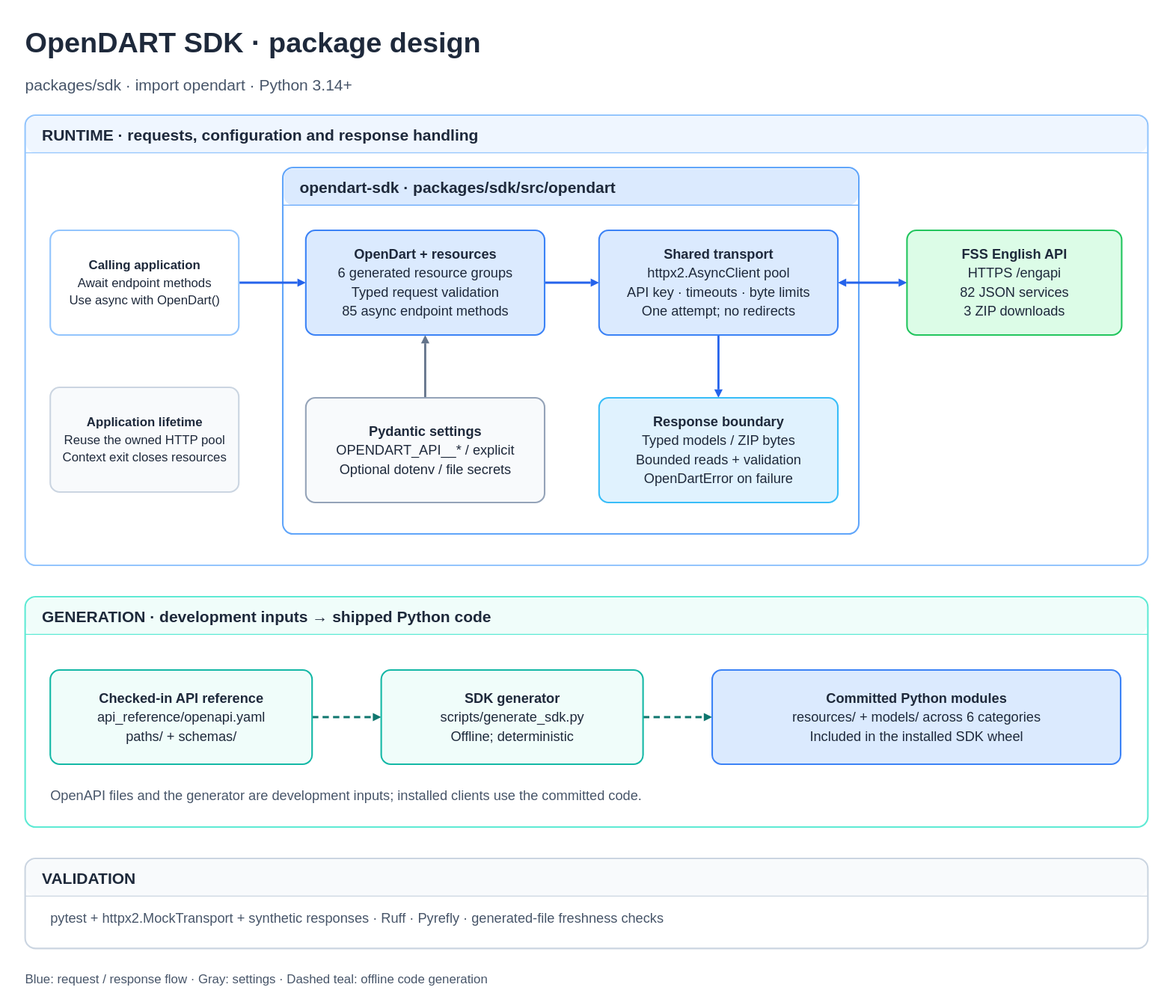
Before: packages/sdk/docs/architecture.svg, a diagram exported from draw.io (orestxherija/opendart). Source tidied: cells renumbered, new cells last; positions are measured from the earlier drawing's top-left corner, leaving out a move shared by most shapes. Source of this version:
```xml
<mxGraphModel background="#ffffff">
  <root>
    <mxCell id="0" />
    <mxCell id="1" parent="0" />
    <mxCell id="2" value="OpenDART SDK · package design" style="rounded=1;whiteSpace=wrap;html=1;fontFamily=Arial;fontSize=27;fontColor=#1e293b;strokeWidth=1.5;spacing=12;fillColor=#ffffff;strokeColor=#cbd5e1;fillColor=none;strokeColor=none;align=left;spacing=0;fontStyle=1;" parent="1" vertex="1">
      <mxGeometry width="1072" height="38" as="geometry" />
    </mxCell>
    <mxCell id="3" value="packages/sdk · import opendart · Python 3.14+" style="rounded=1;whiteSpace=wrap;html=1;fontFamily=Arial;fontSize=15;fontColor=#1e293b;strokeWidth=1.5;spacing=12;fillColor=#ffffff;strokeColor=#cbd5e1;fillColor=none;strokeColor=none;align=left;spacing=0;" parent="1" vertex="1">
      <mxGeometry y="46" width="1072" height="26" as="geometry" />
    </mxCell>
    <mxCell id="4" value="RUNTIME · requests, configuration and response handling" style="rounded=1;whiteSpace=wrap;html=1;fontFamily=Arial;fontSize=15;fontColor=#1e293b;strokeWidth=1.5;spacing=12;fillColor=#eff6ff;strokeColor=#93c5fd;shape=swimlane;startSize=36;horizontal=1;align=left;spacingLeft=16;fontStyle=1;swimlaneFillColor=#ffffff;" parent="1" vertex="1">
      <mxGeometry y="88" width="1072" height="430" as="geometry" />
    </mxCell>
    <mxCell id="5" value="opendart-sdk · packages/sdk/src/opendart" style="rounded=1;whiteSpace=wrap;html=1;fontFamily=Arial;fontSize=15;fontColor=#1e293b;strokeWidth=1.5;spacing=12;fillColor=#dbeafe;strokeColor=#60a5fa;shape=swimlane;startSize=36;horizontal=1;align=left;spacingLeft=16;fontStyle=1;swimlaneFillColor=#ffffff;" parent="4" vertex="1">
      <mxGeometry x="246" y="50" width="550" height="350" as="geometry" />
    </mxCell>
    <mxCell id="6" value="&lt;b&gt;Calling application&lt;/b&gt;&lt;br&gt;Await endpoint methods&lt;br&gt;Use async with OpenDart()" style="rounded=1;whiteSpace=wrap;html=1;fontFamily=Arial;fontSize=12;fontColor=#1e293b;strokeWidth=1.5;spacing=12;fillColor=#ffffff;strokeColor=#93c5fd;" parent="4" vertex="1">
      <mxGeometry x="24" y="110" width="180" height="100" as="geometry" />
    </mxCell>
    <mxCell id="7" value="&lt;b&gt;OpenDart + resources&lt;/b&gt;&lt;br&gt;6 generated resource groups&lt;br&gt;Typed request validation&lt;br&gt;85 async endpoint methods" style="rounded=1;whiteSpace=wrap;html=1;fontFamily=Arial;fontSize=13;fontColor=#1e293b;strokeWidth=1.5;spacing=12;fillColor=#dbeafe;strokeColor=#3b82f6;" parent="5" vertex="1">
      <mxGeometry x="22" y="60" width="228" height="100" as="geometry" />
    </mxCell>
    <mxCell id="8" value="&lt;b&gt;Shared transport&lt;/b&gt;&lt;br&gt;httpx2.AsyncClient pool&lt;br&gt;API key · timeouts · byte limits&lt;br&gt;One attempt; no redirects" style="rounded=1;whiteSpace=wrap;html=1;fontFamily=Arial;fontSize=13;fontColor=#1e293b;strokeWidth=1.5;spacing=12;fillColor=#dbeafe;strokeColor=#3b82f6;" parent="5" vertex="1">
      <mxGeometry x="302" y="60" width="228" height="100" as="geometry" />
    </mxCell>
    <mxCell id="9" value="&lt;b&gt;FSS English API&lt;/b&gt;&lt;br&gt;HTTPS /engapi&lt;br&gt;82 JSON services&lt;br&gt;3 ZIP downloads" style="rounded=1;whiteSpace=wrap;html=1;fontFamily=Arial;fontSize=13;fontColor=#1e293b;strokeWidth=1.5;spacing=12;fillColor=#dcfce7;strokeColor=#22c55e;" parent="4" vertex="1">
      <mxGeometry x="842" y="110" width="205" height="100" as="geometry" />
    </mxCell>
    <mxCell id="10" value="&lt;b&gt;Pydantic settings&lt;/b&gt;&lt;br&gt;OPENDART_API__* / explicit&lt;br&gt;Optional dotenv / file secrets" style="rounded=1;whiteSpace=wrap;html=1;fontFamily=Arial;fontSize=13;fontColor=#1e293b;strokeWidth=1.5;spacing=12;fillColor=#f8fafc;strokeColor=#94a3b8;" parent="5" vertex="1">
      <mxGeometry x="22" y="220" width="228" height="100" as="geometry" />
    </mxCell>
    <mxCell id="11" value="&lt;b&gt;Response boundary&lt;/b&gt;&lt;br&gt;Typed models / ZIP bytes&lt;br&gt;Bounded reads + validation&lt;br&gt;OpenDartError on failure" style="rounded=1;whiteSpace=wrap;html=1;fontFamily=Arial;fontSize=13;fontColor=#1e293b;strokeWidth=1.5;spacing=12;fillColor=#e0f2fe;strokeColor=#38bdf8;" parent="5" vertex="1">
      <mxGeometry x="302" y="220" width="228" height="100" as="geometry" />
    </mxCell>
    <mxCell id="12" value="&lt;b&gt;Application lifetime&lt;/b&gt;&lt;br&gt;Reuse the owned HTTP pool&lt;br&gt;Context exit closes resources" style="rounded=1;whiteSpace=wrap;html=1;fontFamily=Arial;fontSize=12;fontColor=#1e293b;strokeWidth=1.5;spacing=12;fillColor=#f8fafc;strokeColor=#cbd5e1;" parent="4" vertex="1">
      <mxGeometry x="24" y="260" width="180" height="100" as="geometry" />
    </mxCell>
    <mxCell id="13" value="GENERATION · development inputs → shipped Python code" style="rounded=1;whiteSpace=wrap;html=1;fontFamily=Arial;fontSize=15;fontColor=#1e293b;strokeWidth=1.5;spacing=12;fillColor=#f0fdfa;strokeColor=#5eead4;shape=swimlane;startSize=36;horizontal=1;align=left;spacingLeft=16;fontStyle=1;swimlaneFillColor=#ffffff;" parent="1" vertex="1">
      <mxGeometry y="548" width="1072" height="220" as="geometry" />
    </mxCell>
    <mxCell id="14" value="&lt;b&gt;Checked-in API reference&lt;/b&gt;&lt;br&gt;api_reference/openapi.yaml&lt;br&gt;paths/ + schemas/" style="rounded=1;whiteSpace=wrap;html=1;fontFamily=Arial;fontSize=13;fontColor=#1e293b;strokeWidth=1.5;spacing=12;fillColor=#f0fdfa;strokeColor=#14b8a6;" parent="13" vertex="1">
      <mxGeometry x="24" y="70" width="250" height="90" as="geometry" />
    </mxCell>
    <mxCell id="15" value="&lt;b&gt;SDK generator&lt;/b&gt;&lt;br&gt;scripts/generate_sdk.py&lt;br&gt;Offline; deterministic" style="rounded=1;whiteSpace=wrap;html=1;fontFamily=Arial;fontSize=13;fontColor=#1e293b;strokeWidth=1.5;spacing=12;fillColor=#f0fdfa;strokeColor=#14b8a6;" parent="13" vertex="1">
      <mxGeometry x="340" y="70" width="250" height="90" as="geometry" />
    </mxCell>
    <mxCell id="16" value="&lt;b&gt;Committed Python modules&lt;/b&gt;&lt;br&gt;resources/ + models/ across 6 categories&lt;br&gt;Included in the installed SDK wheel" style="rounded=1;whiteSpace=wrap;html=1;fontFamily=Arial;fontSize=13;fontColor=#1e293b;strokeWidth=1.5;spacing=12;fillColor=#dbeafe;strokeColor=#3b82f6;" parent="13" vertex="1">
      <mxGeometry x="656" y="70" width="390" height="90" as="geometry" />
    </mxCell>
    <mxCell id="17" value="OpenAPI files and the generator are development inputs; installed clients use the committed code." style="rounded=1;whiteSpace=wrap;html=1;fontFamily=Arial;fontSize=13;fontColor=#1e293b;strokeWidth=1.5;spacing=12;fillColor=#ffffff;strokeColor=#cbd5e1;fillColor=none;strokeColor=none;align=left;spacing=0;" parent="13" vertex="1">
      <mxGeometry x="24" y="178" width="1024" height="24" as="geometry" />
    </mxCell>
    <mxCell id="18" value="VALIDATION" style="rounded=1;whiteSpace=wrap;html=1;fontFamily=Arial;fontSize=15;fontColor=#1e293b;strokeWidth=1.5;spacing=12;fillColor=#f8fafc;strokeColor=#cbd5e1;shape=swimlane;startSize=36;horizontal=1;align=left;spacingLeft=16;fontStyle=1;swimlaneFillColor=#ffffff;" parent="1" vertex="1">
      <mxGeometry y="798" width="1072" height="86" as="geometry" />
    </mxCell>
    <mxCell id="19" value="pytest + httpx2.MockTransport + synthetic responses · Ruff · Pyrefly · generated-file freshness checks" style="rounded=1;whiteSpace=wrap;html=1;fontFamily=Arial;fontSize=13;fontColor=#1e293b;strokeWidth=1.5;spacing=12;fillColor=#ffffff;strokeColor=#cbd5e1;fillColor=none;strokeColor=none;align=left;spacing=0;" parent="18" vertex="1">
      <mxGeometry x="24" y="45" width="1024" height="24" as="geometry" />
    </mxCell>
    <mxCell id="20" value="Blue: request / response flow · Gray: settings · Dashed teal: offline code generation" style="rounded=1;whiteSpace=wrap;html=1;fontFamily=Arial;fontSize=12;fontColor=#1e293b;strokeWidth=1.5;spacing=12;fillColor=#ffffff;strokeColor=#cbd5e1;fillColor=none;strokeColor=none;align=left;spacing=0;" parent="1" vertex="1">
      <mxGeometry y="902" width="1072" height="22" as="geometry" />
    </mxCell>
    <mxCell id="21" style="edgeStyle=orthogonalEdgeStyle;rounded=1;html=1;strokeWidth=2;strokeColor=#2563eb;endArrow=block;endFill=1;exitX=1;exitY=0.5;entryX=0;entryY=0.5;exitPerimeter=0;entryPerimeter=0;defaultLabelBackgroundColor=gap;" parent="4" edge="1" source="6" target="7">
      <mxGeometry relative="1" as="geometry" />
    </mxCell>
    <mxCell id="22" style="edgeStyle=orthogonalEdgeStyle;rounded=1;html=1;strokeWidth=2;strokeColor=#2563eb;endArrow=block;endFill=1;exitX=1;exitY=0.5;entryX=0;entryY=0.5;exitPerimeter=0;entryPerimeter=0;defaultLabelBackgroundColor=gap;" parent="5" edge="1" source="7" target="8">
      <mxGeometry relative="1" as="geometry" />
    </mxCell>
    <mxCell id="23" style="edgeStyle=orthogonalEdgeStyle;rounded=1;html=1;strokeWidth=2;strokeColor=#2563eb;endArrow=block;endFill=1;exitX=1;exitY=0.5;entryX=0;entryY=0.5;exitPerimeter=0;entryPerimeter=0;defaultLabelBackgroundColor=gap;startArrow=block;startFill=1;" parent="4" edge="1" source="8" target="9">
      <mxGeometry relative="1" as="geometry" />
    </mxCell>
    <mxCell id="24" style="edgeStyle=orthogonalEdgeStyle;rounded=1;html=1;strokeWidth=2;strokeColor=#2563eb;endArrow=block;endFill=1;exitX=0.5;exitY=1;entryX=0.5;entryY=0;exitPerimeter=0;entryPerimeter=0;defaultLabelBackgroundColor=gap;" parent="5" edge="1" source="8" target="11">
      <mxGeometry relative="1" as="geometry" />
    </mxCell>
    <mxCell id="25" style="edgeStyle=orthogonalEdgeStyle;rounded=1;html=1;strokeWidth=2;strokeColor=#64748b;endArrow=block;endFill=1;exitX=0.5;exitY=0;entryX=0.5;entryY=1;exitPerimeter=0;entryPerimeter=0;defaultLabelBackgroundColor=gap;" parent="5" edge="1" source="10" target="7">
      <mxGeometry relative="1" as="geometry" />
    </mxCell>
    <mxCell id="26" style="edgeStyle=orthogonalEdgeStyle;rounded=1;html=1;strokeWidth=2;strokeColor=#0f766e;endArrow=block;endFill=1;exitX=1;exitY=0.5;entryX=0;entryY=0.5;exitPerimeter=0;entryPerimeter=0;defaultLabelBackgroundColor=gap;dashed=1;dashPattern=6 4;" parent="13" edge="1" source="14" target="15">
      <mxGeometry relative="1" as="geometry" />
    </mxCell>
    <mxCell id="27" style="edgeStyle=orthogonalEdgeStyle;rounded=1;html=1;strokeWidth=2;strokeColor=#0f766e;endArrow=block;endFill=1;exitX=1;exitY=0.5;entryX=0;entryY=0.5;exitPerimeter=0;entryPerimeter=0;defaultLabelBackgroundColor=gap;dashed=1;dashPattern=6 4;" parent="13" edge="1" source="15" target="16">
      <mxGeometry relative="1" as="geometry" />
    </mxCell>
  </root>
</mxGraphModel>
```
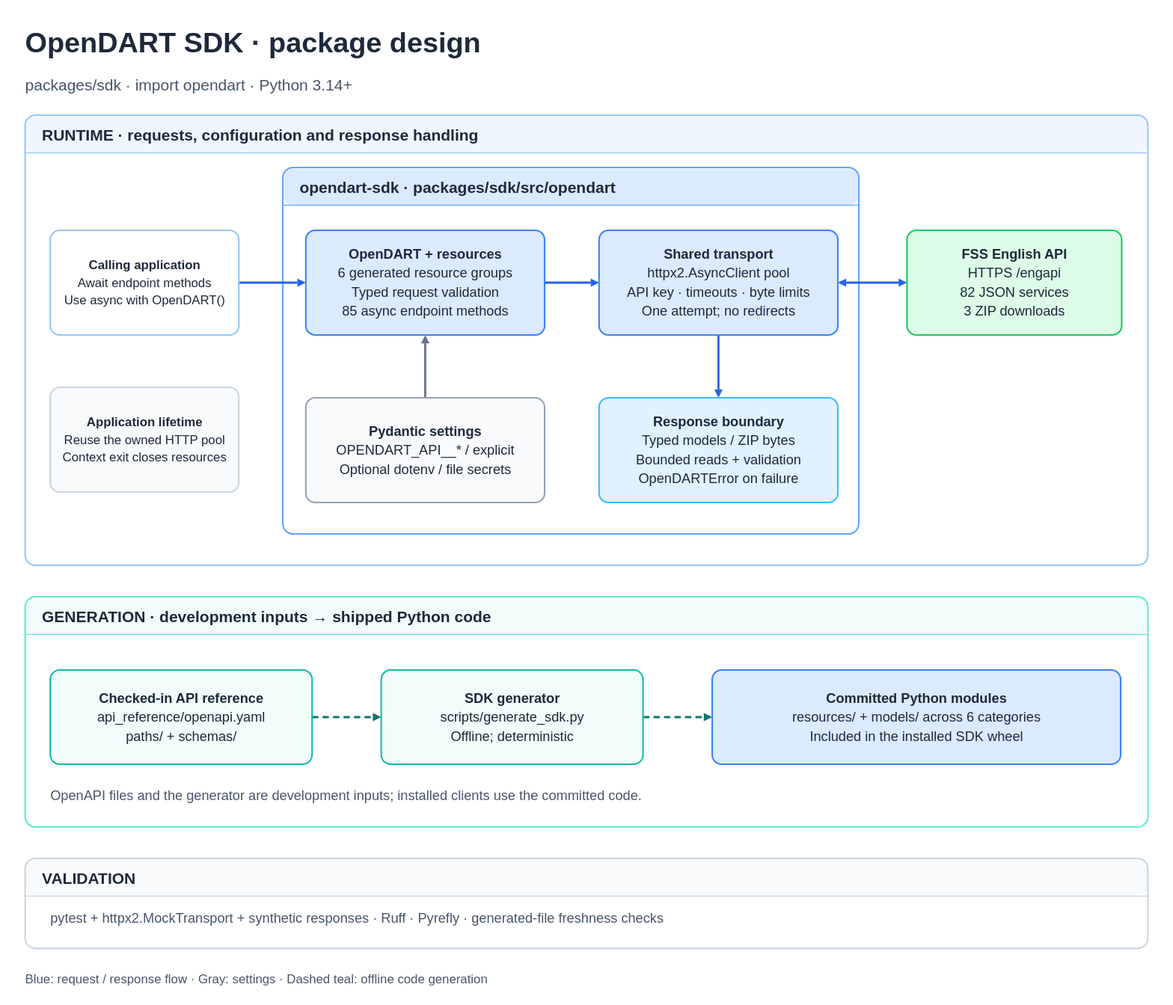
Later version of the same file.

Diff of the diagram source:
```diff
@@ -14,10 +14,10 @@
     <mxCell id="5" value="opendart-sdk · packages/sdk/src/opendart" style="rounded=1;whiteSpace=wrap;html=1;fontFamily=Arial;fontSize=15;fontColor=#1e293b;strokeWidth=1.5;spacing=12;fillColor=#dbeafe;strokeColor=#60a5fa;shape=swimlane;startSize=36;horizontal=1;align=left;spacingLeft=16;fontStyle=1;swimlaneFillColor=#ffffff;" parent="4" vertex="1">
       <mxGeometry x="246" y="50" width="550" height="350" as="geometry" />
     </mxCell>
-    <mxCell id="6" value="&lt;b&gt;Calling application&lt;/b&gt;&lt;br&gt;Await endpoint methods&lt;br&gt;Use async with OpenDart()" style="rounded=1;whiteSpace=wrap;html=1;fontFamily=Arial;fontSize=12;fontColor=#1e293b;strokeWidth=1.5;spacing=12;fillColor=#ffffff;strokeColor=#93c5fd;" parent="4" vertex="1">
+    <mxCell id="6" value="&lt;b&gt;Calling application&lt;/b&gt;&lt;br&gt;Await endpoint methods&lt;br&gt;Use async with OpenDART()" style="rounded=1;whiteSpace=wrap;html=1;fontFamily=Arial;fontSize=12;fontColor=#1e293b;strokeWidth=1.5;spacing=12;fillColor=#ffffff;strokeColor=#93c5fd;" parent="4" vertex="1">
       <mxGeometry x="24" y="110" width="180" height="100" as="geometry" />
     </mxCell>
-    <mxCell id="7" value="&lt;b&gt;OpenDart + resources&lt;/b&gt;&lt;br&gt;6 generated resource groups&lt;br&gt;Typed request validation&lt;br&gt;85 async endpoint methods" style="rounded=1;whiteSpace=wrap;html=1;fontFamily=Arial;fontSize=13;fontColor=#1e293b;strokeWidth=1.5;spacing=12;fillColor=#dbeafe;strokeColor=#3b82f6;" parent="5" vertex="1">
+    <mxCell id="7" value="&lt;b&gt;OpenDART + resources&lt;/b&gt;&lt;br&gt;6 generated resource groups&lt;br&gt;Typed request validation&lt;br&gt;85 async endpoint methods" style="rounded=1;whiteSpace=wrap;html=1;fontFamily=Arial;fontSize=13;fontColor=#1e293b;strokeWidth=1.5;spacing=12;fillColor=#dbeafe;strokeColor=#3b82f6;" parent="5" vertex="1">
       <mxGeometry x="22" y="60" width="228" height="100" as="geometry" />
     </mxCell>
     <mxCell id="8" value="&lt;b&gt;Shared transport&lt;/b&gt;&lt;br&gt;httpx2.AsyncClient pool&lt;br&gt;API key · timeouts · byte limits&lt;br&gt;One attempt; no redirects" style="rounded=1;whiteSpace=wrap;html=1;fontFamily=Arial;fontSize=13;fontColor=#1e293b;strokeWidth=1.5;spacing=12;fillColor=#dbeafe;strokeColor=#3b82f6;" parent="5" vertex="1">
@@ -29,7 +29,7 @@
     <mxCell id="10" value="&lt;b&gt;Pydantic settings&lt;/b&gt;&lt;br&gt;OPENDART_API__* / explicit&lt;br&gt;Optional dotenv / file secrets" style="rounded=1;whiteSpace=wrap;html=1;fontFamily=Arial;fontSize=13;fontColor=#1e293b;strokeWidth=1.5;spacing=12;fillColor=#f8fafc;strokeColor=#94a3b8;" parent="5" vertex="1">
       <mxGeometry x="22" y="220" width="228" height="100" as="geometry" />
     </mxCell>
-    <mxCell id="11" value="&lt;b&gt;Response boundary&lt;/b&gt;&lt;br&gt;Typed models / ZIP bytes&lt;br&gt;Bounded reads + validation&lt;br&gt;OpenDartError on failure" style="rounded=1;whiteSpace=wrap;html=1;fontFamily=Arial;fontSize=13;fontColor=#1e293b;strokeWidth=1.5;spacing=12;fillColor=#e0f2fe;strokeColor=#38bdf8;" parent="5" vertex="1">
+    <mxCell id="11" value="&lt;b&gt;Response boundary&lt;/b&gt;&lt;br&gt;Typed models / ZIP bytes&lt;br&gt;Bounded reads + validation&lt;br&gt;OpenDARTError on failure" style="rounded=1;whiteSpace=wrap;html=1;fontFamily=Arial;fontSize=13;fontColor=#1e293b;strokeWidth=1.5;spacing=12;fillColor=#e0f2fe;strokeColor=#38bdf8;" parent="5" vertex="1">
       <mxGeometry x="302" y="220" width="228" height="100" as="geometry" />
     </mxCell>
     <mxCell id="12" value="&lt;b&gt;Application lifetime&lt;/b&gt;&lt;br&gt;Reuse the owned HTTP pool&lt;br&gt;Context exit closes resources" style="rounded=1;whiteSpace=wrap;html=1;fontFamily=Arial;fontSize=12;fontColor=#1e293b;strokeWidth=1.5;spacing=12;fillColor=#f8fafc;strokeColor=#cbd5e1;" parent="4" vertex="1">
```
